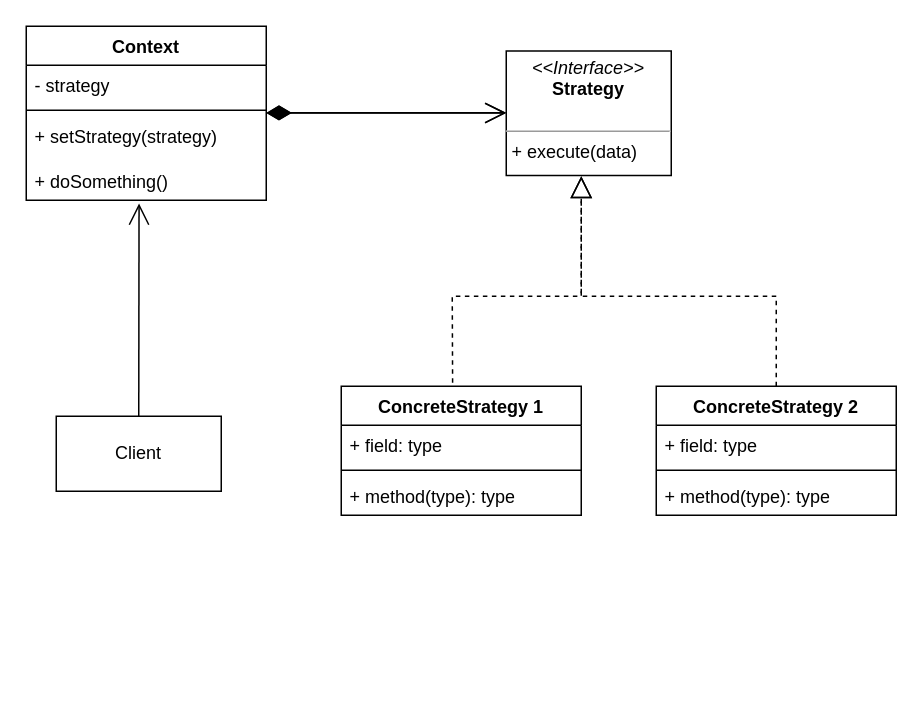
This is engenharia_de_software_III/diagrams/Strategy_diagram.drawio from ogustavoalves/bertoti, a draw.io file, before an edit. Source tidied: cells renumbered, new cells numbered last; positions are measured from the earlier drawing's top-left corner, leaving out a move shared by most shapes. Both pictures are drawn from the tidied source at 150%, with x=0, y=0 at pixel (26, 26).
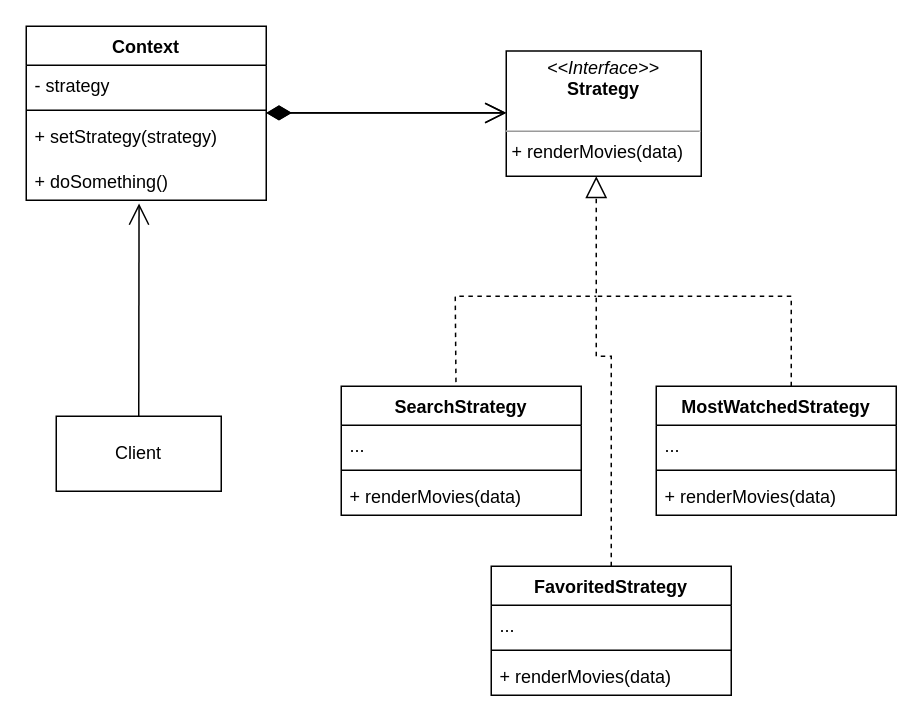
After the change.

Commit message:
editing Strategy Diagram

What changed in the source:
```diff
@@
-    <mxCell id="7" value="&lt;p style=&quot;margin:0px;margin-top:4px;text-align:center;&quot;&gt;&lt;i&gt;&amp;lt;&amp;lt;Interface&amp;gt;&amp;gt;&lt;/i&gt;&lt;br&gt;&lt;b&gt;Strategy&lt;/b&gt;&lt;/p&gt;&lt;p style=&quot;margin:0px;margin-left:4px;&quot;&gt;&lt;br&gt;&lt;/p&gt;&lt;hr size=&quot;1&quot;&gt;&lt;p style=&quot;margin:0px;margin-left:4px;&quot;&gt;+ execute(data)&lt;/p&gt;" style="verticalAlign=top;align=left;overflow=fill;html=1;whiteSpace=wrap;" parent="1" vertex="1">
-      <mxGeometry x="320" y="16.5" width="110" height="83" as="geometry" />
+    <mxCell id="7" value="&lt;p style=&quot;margin:0px;margin-top:4px;text-align:center;&quot;&gt;&lt;i&gt;&amp;lt;&amp;lt;Interface&amp;gt;&amp;gt;&lt;/i&gt;&lt;br&gt;&lt;b&gt;Strategy&lt;/b&gt;&lt;/p&gt;&lt;p style=&quot;margin:0px;margin-left:4px;&quot;&gt;&lt;br&gt;&lt;/p&gt;&lt;hr size=&quot;1&quot;&gt;&lt;p style=&quot;margin:0px;margin-left:4px;&quot;&gt;+ renderMovies(data)&lt;/p&gt;" style="verticalAlign=top;align=left;overflow=fill;html=1;whiteSpace=wrap;" parent="1" vertex="1">
+      <mxGeometry x="320" y="16.5" width="130" height="83.5" as="geometry" />
     </mxCell>
@@
-    <mxCell id="9" value="ConcreteStrategy 1" style="swimlane;fontStyle=1;align=center;verticalAlign=top;horizontal=1;startSize=26;whiteSpace=wrap;html=1;" parent="1" vertex="1">
+    <mxCell id="9" value="SearchStrategy" style="swimlane;fontStyle=1;align=center;verticalAlign=top;horizontal=1;startSize=26;whiteSpace=wrap;html=1;" parent="1" vertex="1">
       <mxGeometry x="210" y="240" width="160" height="86" as="geometry" />
     </mxCell>
-    <mxCell id="10" value="+ field: type" style="text;strokeColor=none;fillColor=none;align=left;verticalAlign=top;spacingLeft=4;spacingRight=4;overflow=hidden;whiteSpace=wrap;html=1;" parent="9" vertex="1">
+    <mxCell id="10" value="..." style="text;strokeColor=none;fillColor=none;align=left;verticalAlign=top;spacingLeft=4;spacingRight=4;overflow=hidden;whiteSpace=wrap;html=1;" parent="9" vertex="1">
       <mxGeometry y="26" width="160" height="26" as="geometry" />
     </mxCell>
@@
-    <mxCell id="12" value="+ method(type): type" style="text;strokeColor=none;fillColor=none;align=left;verticalAlign=top;spacingLeft=4;spacingRight=4;overflow=hidden;whiteSpace=wrap;html=1;" parent="9" vertex="1">
+    <mxCell id="12" value="+ renderMovies(data)" style="text;strokeColor=none;fillColor=none;align=left;verticalAlign=top;spacingLeft=4;spacingRight=4;overflow=hidden;whiteSpace=wrap;html=1;" parent="9" vertex="1">
       <mxGeometry y="60" width="160" height="26" as="geometry" />
     </mxCell>
-    <mxCell id="13" value="ConcreteStrategy 2" style="swimlane;fontStyle=1;align=center;verticalAlign=top;horizontal=1;startSize=26;whiteSpace=wrap;html=1;" parent="1" vertex="1">
+    <mxCell id="13" value="MostWatchedStrategy" style="swimlane;fontStyle=1;align=center;verticalAlign=top;horizontal=1;startSize=26;whiteSpace=wrap;html=1;" parent="1" vertex="1">
       <mxGeometry x="420" y="240" width="160" height="86" as="geometry" />
     </mxCell>
-    <mxCell id="14" value="+ field: type" style="text;strokeColor=none;fillColor=none;align=left;verticalAlign=top;spacingLeft=4;spacingRight=4;overflow=hidden;whiteSpace=wrap;html=1;" parent="13" vertex="1">
+    <mxCell id="14" value="..." style="text;strokeColor=none;fillColor=none;align=left;verticalAlign=top;spacingLeft=4;spacingRight=4;overflow=hidden;whiteSpace=wrap;html=1;" parent="13" vertex="1">
       <mxGeometry y="26" width="160" height="26" as="geometry" />
     </mxCell>
@@
-    <mxCell id="16" value="+ method(type): type" style="text;strokeColor=none;fillColor=none;align=left;verticalAlign=top;spacingLeft=4;spacingRight=4;overflow=hidden;whiteSpace=wrap;html=1;" parent="13" vertex="1">
+    <mxCell id="16" value="+ renderMovies(data)" style="text;strokeColor=none;fillColor=none;align=left;verticalAlign=top;spacingLeft=4;spacingRight=4;overflow=hidden;whiteSpace=wrap;html=1;" parent="13" vertex="1">
       <mxGeometry y="60" width="160" height="26" as="geometry" />
     </mxCell>
@@
-    <mxCell id="18" style="endArrow=block;dashed=1;endFill=0;endSize=12;html=1;rounded=0;exitX=0.464;exitY=-0.028;exitDx=0;exitDy=0;exitPerimeter=0;" parent="1" edge="1" source="9">
-      <mxGeometry relative="1" as="geometry">
-        <mxPoint x="370" y="100" as="targetPoint" />
-        <Array as="points">
-          <mxPoint x="284" y="180" />
-          <mxPoint x="370" y="180" />
-        </Array>
-      </mxGeometry>
-    </mxCell>
-    <mxCell id="19" style="endArrow=block;dashed=1;endFill=0;endSize=12;html=1;rounded=0;exitX=0.5;exitY=0;exitDx=0;exitDy=0;" parent="1" edge="1" source="13">
+    <mxCell id="19" style="endArrow=block;dashed=1;endFill=0;endSize=12;html=1;rounded=0;exitX=0.5;exitY=0;exitDx=0;exitDy=0;" parent="1" edge="1">
       <mxGeometry relative="1" as="geometry">
-        <mxPoint x="370" y="100" as="targetPoint" />
+        <mxPoint x="510" y="240" as="sourcePoint" />
+        <mxPoint x="380" y="100" as="targetPoint" />
         <Array as="points">
-          <mxPoint x="500" y="180" />
-          <mxPoint x="370" y="180" />
+          <mxPoint x="510" y="180" />
+          <mxPoint x="380" y="180" />
         </Array>
       </mxGeometry>
     </mxCell>
@@
+    <mxCell id="22" style="endArrow=none;dashed=1;html=1;rounded=0;exitX=0.478;exitY=-0.032;exitDx=0;exitDy=0;exitPerimeter=0;" parent="1" edge="1" source="9">
+      <mxGeometry relative="1" as="geometry">
+        <mxPoint x="380" y="180" as="targetPoint" />
+        <Array as="points">
+          <mxPoint x="286" y="180" />
+        </Array>
+      </mxGeometry>
+    </mxCell>
+    <mxCell id="23" style="endArrow=none;dashed=1;html=1;rounded=0;" parent="1" edge="1">
+      <mxGeometry relative="1" as="geometry">
+        <mxPoint x="390" y="360" as="sourcePoint" />
+        <mxPoint x="380" y="180" as="targetPoint" />
+        <Array as="points">
+          <mxPoint x="390" y="220" />
+          <mxPoint x="380" y="220" />
+        </Array>
+      </mxGeometry>
+    </mxCell>
+    <mxCell id="24" value="FavoritedStrategy" style="swimlane;fontStyle=1;align=center;verticalAlign=top;horizontal=1;startSize=26;whiteSpace=wrap;html=1;" parent="1" vertex="1">
+      <mxGeometry x="310" y="360" width="160" height="86" as="geometry" />
+    </mxCell>
+    <mxCell id="25" value="..." style="text;strokeColor=none;fillColor=none;align=left;verticalAlign=top;spacingLeft=4;spacingRight=4;overflow=hidden;whiteSpace=wrap;html=1;" parent="24" vertex="1">
+      <mxGeometry y="26" width="160" height="26" as="geometry" />
+    </mxCell>
+    <mxCell id="26" style="line;strokeWidth=1;fillColor=none;align=left;verticalAlign=middle;spacingTop=-1;spacingLeft=3;spacingRight=3;labelPosition=right;strokeColor=inherit;" parent="24" vertex="1">
+      <mxGeometry y="52" width="160" height="8" as="geometry" />
+    </mxCell>
+    <mxCell id="27" value="+ renderMovies(data)" style="text;strokeColor=none;fillColor=none;align=left;verticalAlign=top;spacingLeft=4;spacingRight=4;overflow=hidden;whiteSpace=wrap;html=1;" parent="24" vertex="1">
+      <mxGeometry y="60" width="160" height="26" as="geometry" />
+    </mxCell>
```
